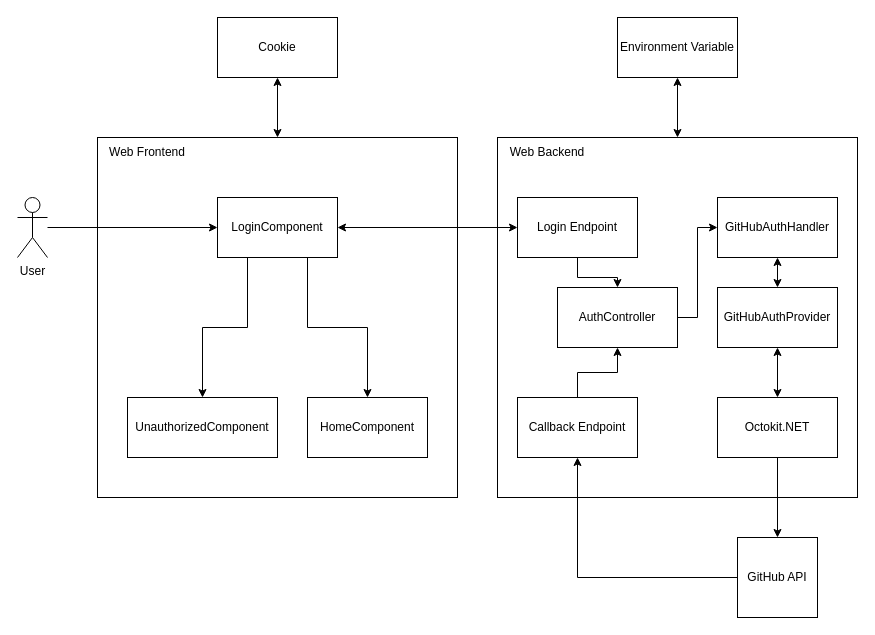
This is docs/auth-scheme.drawio from Strayker-Software/Binder, a draw.io file, before an edit. Source tidied: cells renumbered, new cells numbered last; positions are measured from the earlier drawing's top-left corner, leaving out a move shared by most shapes. Both pictures are drawn from the tidied source at 100%, with x=0, y=0 at pixel (17, 17).
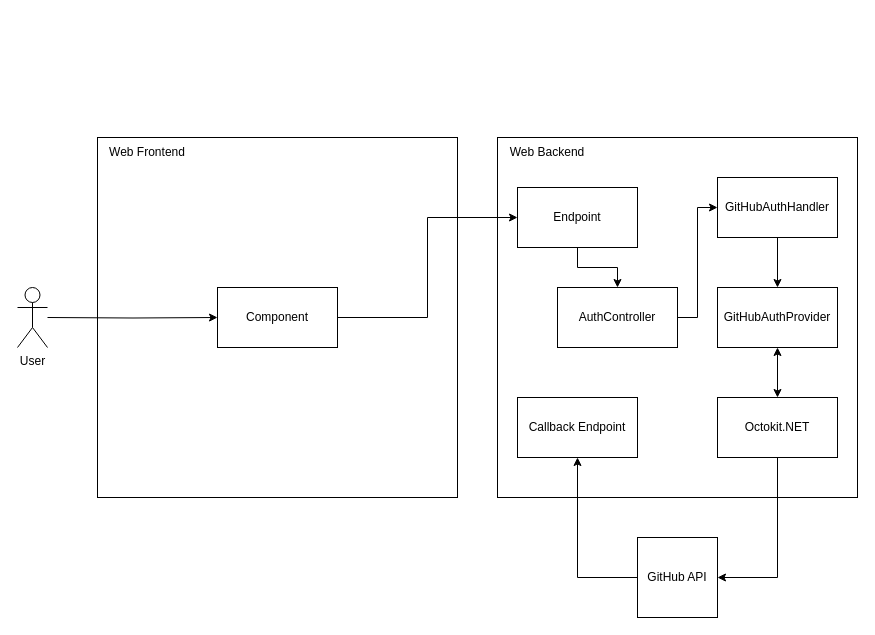
The same diagram, later.

Unchanged cells that the change refers to:
```xml
<mxCell id="2" style="whiteSpace=wrap;html=1;" parent="1" vertex="1">
  <mxGeometry x="80" y="120" width="360" height="360" as="geometry" />
</mxCell>
<mxCell id="4" style="whiteSpace=wrap;html=1;" parent="1" vertex="1">
  <mxGeometry x="480" y="120" width="360" height="360" as="geometry" />
</mxCell>
<mxCell id="9" value="Octokit.NET" style="rounded=0;whiteSpace=wrap;html=1;" parent="1" vertex="1">
  <mxGeometry x="700" y="380" width="120" height="60" as="geometry" />
</mxCell>
<mxCell id="11" value="GitHubAuthProvider" style="rounded=0;whiteSpace=wrap;html=1;" parent="1" vertex="1">
  <mxGeometry x="700" y="270" width="120" height="60" as="geometry" />
</mxCell>
<mxCell id="15" value="AuthController" style="rounded=0;whiteSpace=wrap;html=1;" parent="1" vertex="1">
  <mxGeometry x="540" y="270" width="120" height="60" as="geometry" />
</mxCell>
<mxCell id="19" value="Callback Endpoint" style="rounded=0;whiteSpace=wrap;html=1;" parent="1" vertex="1">
  <mxGeometry x="500" y="380" width="120" height="60" as="geometry" />
</mxCell>
```

The edit, as a diff of the source:
```diff
@@
     <mxCell id="7" value="GitHub API" style="whiteSpace=wrap;html=1;" parent="1" vertex="1">
-      <mxGeometry x="720" y="520" width="80" height="80" as="geometry" />
+      <mxGeometry x="620" y="520" width="80" height="80" as="geometry" />
     </mxCell>
-    <mxCell id="8" style="edgeStyle=orthogonalEdgeStyle;rounded=0;jettySize=auto;html=1;exitX=0.5;exitY=1;exitDx=0;exitDy=0;entryX=0.5;entryY=0;entryDx=0;entryDy=0;startArrow=none;startFill=0;" parent="1" edge="1" source="9" target="7">
+    <mxCell id="8" style="edgeStyle=orthogonalEdgeStyle;rounded=0;jettySize=auto;html=1;exitX=0.5;exitY=1;exitDx=0;exitDy=0;entryX=1;entryY=0.5;entryDx=0;entryDy=0;startArrow=none;startFill=0;" parent="1" edge="1" source="9" target="7">
       <mxGeometry relative="1" as="geometry" />
     </mxCell>
@@
-    <mxCell id="12" style="edgeStyle=orthogonalEdgeStyle;rounded=0;jettySize=auto;html=1;exitX=0.5;exitY=1;exitDx=0;exitDy=0;entryX=0.5;entryY=0;entryDx=0;entryDy=0;startArrow=classic;startFill=1;" parent="1" edge="1" source="13" target="11">
+    <mxCell id="12" style="edgeStyle=orthogonalEdgeStyle;rounded=0;jettySize=auto;html=1;exitX=0.5;exitY=1;exitDx=0;exitDy=0;entryX=0.5;entryY=0;entryDx=0;entryDy=0;startArrow=none;startFill=0;" parent="1" edge="1" source="13" target="11">
       <mxGeometry relative="1" as="geometry" />
     </mxCell>
     <mxCell id="13" value="GitHubAuthHandler" style="rounded=0;whiteSpace=wrap;html=1;" parent="1" vertex="1">
-      <mxGeometry x="700" y="180" width="120" height="60" as="geometry" />
+      <mxGeometry x="700" y="160" width="120" height="60" as="geometry" />
     </mxCell>
@@
-    <mxCell id="16" style="edgeStyle=orthogonalEdgeStyle;rounded=0;jettySize=auto;html=1;exitX=0.5;exitY=1;exitDx=0;exitDy=0;entryX=0.5;entryY=0;entryDx=0;entryDy=0;startArrow=none;startFill=0;" parent="1" edge="1" source="17" target="15">
-      <mxGeometry relative="1" as="geometry" />
-    </mxCell>
-    <mxCell id="17" value="Login Endpoint" style="rounded=0;whiteSpace=wrap;html=1;" parent="1" vertex="1">
-      <mxGeometry x="500" y="180" width="120" height="60" as="geometry" />
-    </mxCell>
-    <mxCell id="18" style="edgeStyle=orthogonalEdgeStyle;rounded=0;jettySize=auto;html=1;exitX=0.5;exitY=0;exitDx=0;exitDy=0;entryX=0.5;entryY=1;entryDx=0;entryDy=0;startArrow=none;startFill=0;" parent="1" edge="1" source="19" target="15">
-      <mxGeometry relative="1" as="geometry" />
-    </mxCell>
@@
-    <mxCell id="20" style="edgeStyle=orthogonalEdgeStyle;rounded=0;jettySize=auto;html=1;entryX=0;entryY=0.5;entryDx=0;entryDy=0;startArrow=none;startFill=0;endArrow=classic;endFill=1;" parent="1" edge="1" source="21" target="25">
-      <mxGeometry relative="1" as="geometry" />
-    </mxCell>
+    <mxCell id="32" style="edgeStyle=orthogonalEdgeStyle;rounded=0;jettySize=auto;html=1;entryX=0;entryY=0.5;entryDx=0;entryDy=0;startArrow=none;startFill=0;" parent="1" edge="1" target="26">
+      <mxGeometry relative="1" as="geometry">
+        <mxPoint x="30" y="300" as="sourcePoint" />
+      </mxGeometry>
+    </mxCell>
     <mxCell id="21" value="User" style="shape=umlActor;verticalLabelPosition=bottom;verticalAlign=top;html=1;outlineConnect=0;" parent="1" vertex="1">
-      <mxGeometry y="180" width="30" height="60" as="geometry" />
+      <mxGeometry y="270" width="30" height="60" as="geometry" />
     </mxCell>
-    <mxCell id="22" style="edgeStyle=orthogonalEdgeStyle;rounded=0;jettySize=auto;html=1;exitX=1;exitY=0.5;exitDx=0;exitDy=0;entryX=0;entryY=0.5;entryDx=0;entryDy=0;startArrow=classic;startFill=1;" parent="1" edge="1" source="25" target="17">
-      <mxGeometry relative="1" as="geometry" />
-    </mxCell>
-    <mxCell id="23" style="edgeStyle=orthogonalEdgeStyle;rounded=0;jettySize=auto;html=1;exitX=0.25;exitY=1;exitDx=0;exitDy=0;startArrow=none;startFill=0;endArrow=classic;endFill=1;" parent="1" edge="1" source="25" target="27">
-      <mxGeometry relative="1" as="geometry" />
-    </mxCell>
-    <mxCell id="24" style="edgeStyle=orthogonalEdgeStyle;rounded=0;jettySize=auto;html=1;exitX=0.75;exitY=1;exitDx=0;exitDy=0;entryX=0.5;entryY=0;entryDx=0;entryDy=0;startArrow=none;startFill=0;endArrow=classic;endFill=1;" parent="1" edge="1" source="25" target="26">
-      <mxGeometry relative="1" as="geometry" />
-    </mxCell>
-    <mxCell id="25" value="LoginComponent" style="rounded=0;whiteSpace=wrap;html=1;" parent="1" vertex="1">
-      <mxGeometry x="200" y="180" width="120" height="60" as="geometry" />
-    </mxCell>
+    <mxCell id="33" style="edgeStyle=orthogonalEdgeStyle;rounded=0;jettySize=auto;html=1;exitX=1;exitY=0.5;exitDx=0;exitDy=0;entryX=0;entryY=0.5;entryDx=0;entryDy=0;startArrow=none;startFill=0;" parent="1" edge="1" source="26" target="35">
+      <mxGeometry relative="1" as="geometry" />
+    </mxCell>
-    <mxCell id="26" value="HomeComponent" style="rounded=0;whiteSpace=wrap;html=1;" parent="1" vertex="1">
-      <mxGeometry x="290" y="380" width="120" height="60" as="geometry" />
+    <mxCell id="26" value="Component" style="rounded=0;whiteSpace=wrap;html=1;" parent="1" vertex="1">
+      <mxGeometry x="200" y="270" width="120" height="60" as="geometry" />
     </mxCell>
-    <mxCell id="27" value="UnauthorizedComponent" style="rounded=0;whiteSpace=wrap;html=1;" parent="1" vertex="1">
-      <mxGeometry x="110" y="380" width="150" height="60" as="geometry" />
-    </mxCell>
-    <mxCell id="28" style="edgeStyle=orthogonalEdgeStyle;rounded=0;jettySize=auto;html=1;exitX=0.5;exitY=1;exitDx=0;exitDy=0;entryX=0.5;entryY=0;entryDx=0;entryDy=0;startArrow=classic;startFill=1;" parent="1" edge="1" source="29" target="2">
-      <mxGeometry relative="1" as="geometry" />
-    </mxCell>
-    <mxCell id="29" value="Cookie" style="rounded=0;whiteSpace=wrap;html=1;" parent="1" vertex="1">
-      <mxGeometry x="200" width="120" height="60" as="geometry" />
-    </mxCell>
-    <mxCell id="30" style="edgeStyle=orthogonalEdgeStyle;rounded=0;jettySize=auto;html=1;exitX=0.5;exitY=1;exitDx=0;exitDy=0;entryX=0.5;entryY=0;entryDx=0;entryDy=0;startArrow=classic;startFill=1;" parent="1" edge="1" source="31" target="4">
-      <mxGeometry relative="1" as="geometry" />
-    </mxCell>
-    <mxCell id="31" value="Environment Variable" style="rounded=0;whiteSpace=wrap;html=1;" parent="1" vertex="1">
-      <mxGeometry x="600" width="120" height="60" as="geometry" />
-    </mxCell>
+    <mxCell id="34" style="edgeStyle=orthogonalEdgeStyle;rounded=0;jettySize=auto;html=1;exitX=0.5;exitY=1;exitDx=0;exitDy=0;entryX=0.5;entryY=0;entryDx=0;entryDy=0;startArrow=none;startFill=0;" parent="1" edge="1" source="35" target="15">
+      <mxGeometry relative="1" as="geometry" />
+    </mxCell>
+    <mxCell id="35" value="Endpoint" style="rounded=0;whiteSpace=wrap;html=1;" parent="1" vertex="1">
+      <mxGeometry x="500" y="170" width="120" height="60" as="geometry" />
+    </mxCell>
```
